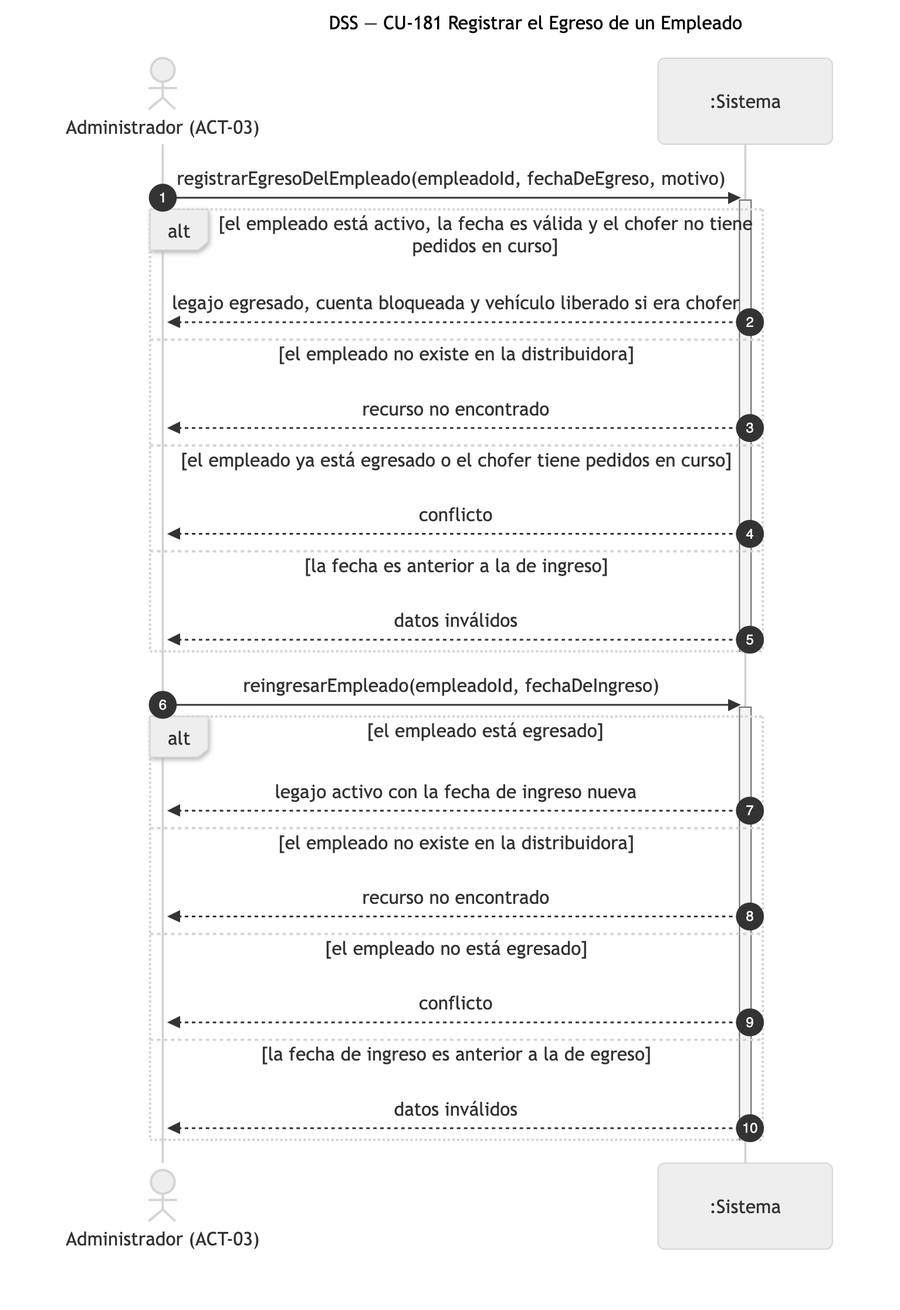
Nahuelito-Dev/splg-docs keeps this Mermaid diagram as diagramas/png/DSS_CU-181_Registrar-el-Egreso-de-un-Empleado.png. Above is the earlier version. Its source is kept beside it as diagramas/DSS_CU-181_Registrar-el-Egreso-de-un-Empleado.mmd.
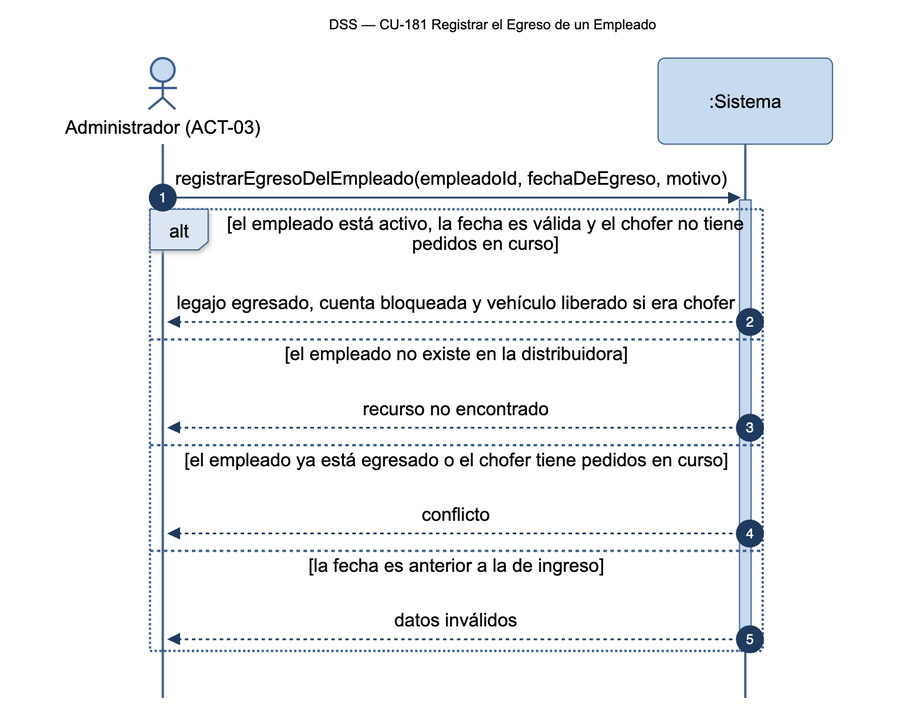
The same diagram one commit later.

What changed in the source:
```diff
@@ -16,16 +16,3 @@
         SIS-->>ADM: datos inválidos
     end
     deactivate SIS
-
-    ADM->>SIS: reingresarEmpleado(empleadoId, fechaDeIngreso)
-    activate SIS
-    alt el empleado está egresado
-        SIS-->>ADM: legajo activo con la fecha de ingreso nueva
-    else el empleado no existe en la distribuidora
-        SIS-->>ADM: recurso no encontrado
-    else el empleado no está egresado
-        SIS-->>ADM: conflicto
-    else la fecha de ingreso es anterior a la de egreso
-        SIS-->>ADM: datos inválidos
-    end
-    deactivate SIS
```
